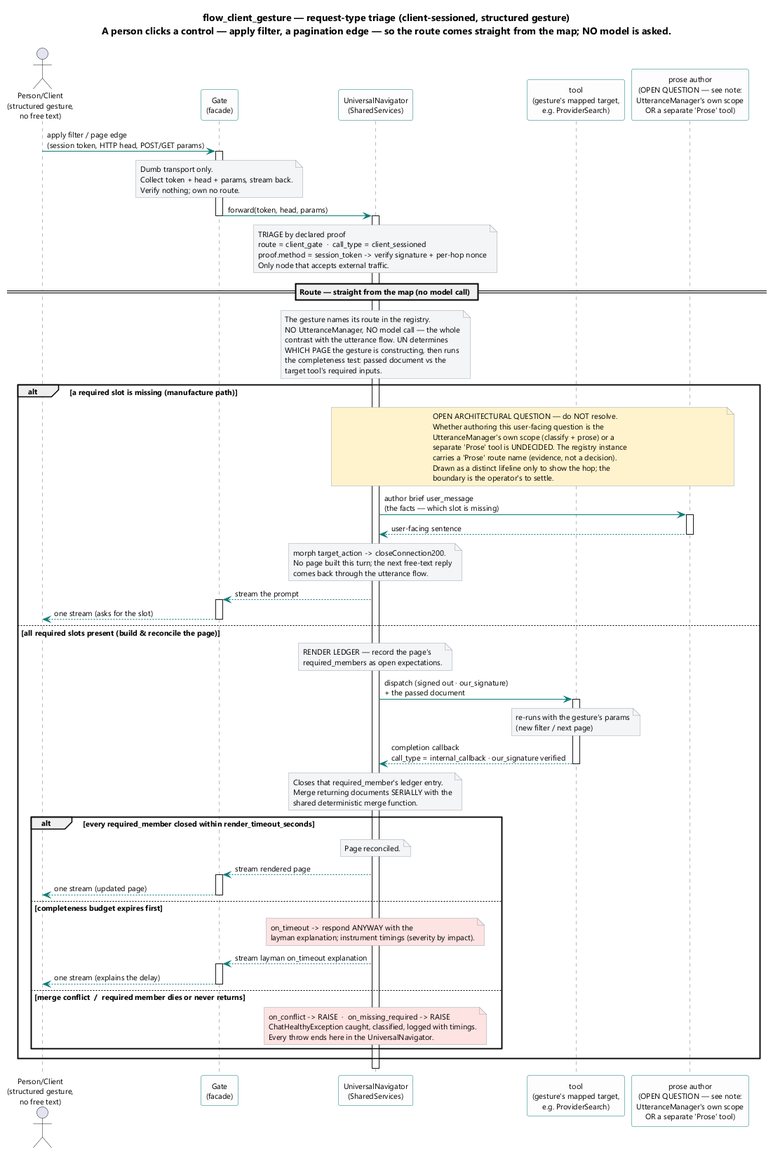
Before: brain/machine_artifacts/diagramsAndImages/rendered/flow_client_gesture.png, a diagram exported from PlantUML (SkipSnow/ChatHealthyRepo).
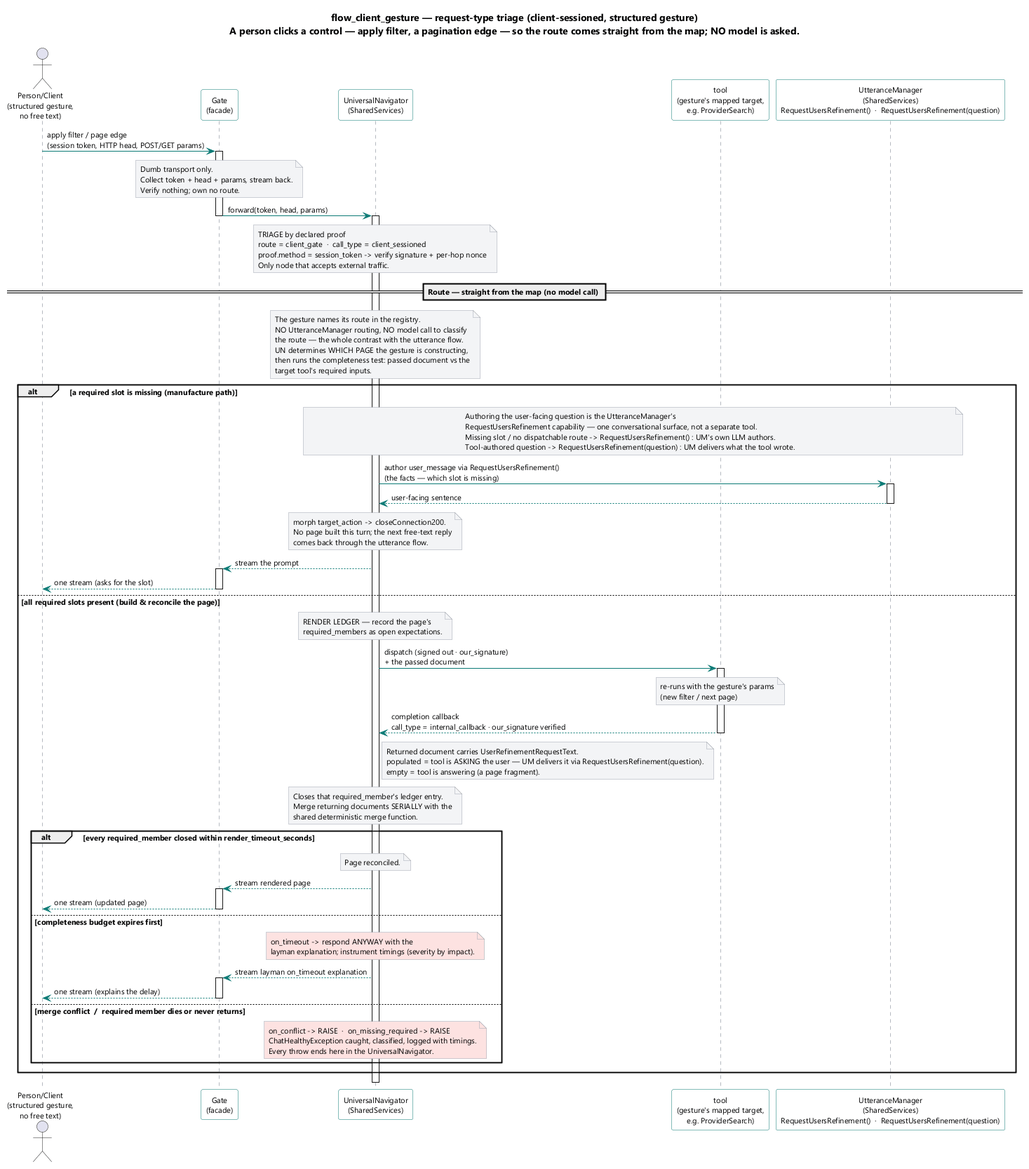
The same diagram one commit later.

What changed in the source:
```diff
@@ -15,7 +15,7 @@
 participant "Gate\n(facade)" as Gate
 participant "UniversalNavigator\n(SharedServices)" as UN
 participant "tool\n(gesture's mapped target,\ne.g. ProviderSearch)" as Tool
-participant "prose author\n(OPEN QUESTION — see note:\nUtteranceManager's own scope\nOR a separate 'Prose' tool)" as Prose
+participant "UtteranceManager\n(SharedServices)\nRequestUsersRefinement()  ·  RequestUsersRefinement(question)" as UM
 
 Client -> Gate : apply filter / page edge\n(session token, HTTP head, POST/GET params)
 activate Gate
@@ -27,14 +27,14 @@
 note over UN : TRIAGE by declared proof\nroute = client_gate  ·  call_type = client_sessioned\nproof.method = session_token -> verify signature + per-hop nonce\nOnly node that accepts external traffic.
 
 == Route — straight from the map (no model call) ==
-note over UN : The gesture names its route in the registry.\nNO UtteranceManager, NO model call — the whole\ncontrast with the utterance flow. UN determines\nWHICH PAGE the gesture is constructing, then runs\nthe completeness test: passed document vs the\ntarget tool's required inputs.
+note over UN : The gesture names its route in the registry.\nNO UtteranceManager routing, NO model call to classify\nthe route — the whole contrast with the utterance flow.\nUN determines WHICH PAGE the gesture is constructing,\nthen runs the completeness test: passed document vs the\ntarget tool's required inputs.
 
 alt a required slot is missing (manufacture path)
-  note over UN, Prose #fff3cd : OPEN ARCHITECTURAL QUESTION — do NOT resolve.\nWhether authoring this user-facing question is the\nUtteranceManager's own scope (classify + prose) or a\nseparate 'Prose' tool is UNDECIDED. The registry instance\ncarries a 'Prose' route name (evidence, not a decision).\nDrawn as a distinct lifeline only to show the hop; the\nboundary is the operator's to settle.
-  UN -> Prose : author brief user_message\n(the facts — which slot is missing)
-  activate Prose
-  Prose --> UN : user-facing sentence
-  deactivate Prose
+  note over UN, UM : Authoring the user-facing question is the UtteranceManager's\nRequestUsersRefinement capability — one conversational surface, not a separate tool.\nMissing slot / no dispatchable route -> RequestUsersRefinement() : UM's own LLM authors.\nTool-authored question -> RequestUsersRefinement(question) : UM delivers what the tool wrote.
+  UN -> UM : author user_message via RequestUsersRefinement()\n(the facts — which slot is missing)
+  activate UM
+  UM --> UN : user-facing sentence
+  deactivate UM
   note over UN : morph target_action -> closeConnection200.\nNo page built this turn; the next free-text reply\ncomes back through the utterance flow.
   UN --> Gate : stream the prompt
   activate Gate
@@ -48,6 +48,7 @@
   note over Tool : re-runs with the gesture's params\n(new filter / next page)
 
   Tool --> UN : completion callback\ncall_type = internal_callback · our_signature verified
+  note over Tool, UN : Returned document carries UserRefinementRequestText.\npopulated = tool is ASKING the user — UM delivers it via RequestUsersRefinement(question).\nempty = tool is answering (a page fragment).
   deactivate Tool
   note over UN : Closes that required_member's ledger entry.\nMerge returning documents SERIALLY with the\nshared deterministic merge function.
 
```
